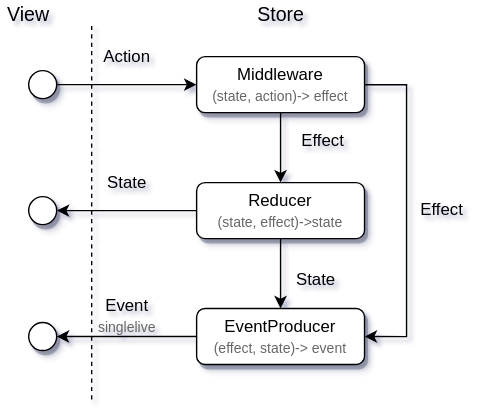
Above: doc/gemini_store_scheme.svg in Hukumister/Gemini (draw.io), before the change. Source tidied: cells renumbered, new cells last; positions are measured from the earlier drawing's top-left corner, leaving out a move shared by most shapes. The source it was exported from:
```xml
<mxGraphModel background="#ffffff">
  <root>
    <mxCell id="0" />
    <mxCell id="1" parent="0" />
    <mxCell id="2" style="edgeStyle=orthogonalEdgeStyle;rounded=0;jettySize=auto;html=1;entryX=0.5;entryY=0;entryDx=0;entryDy=0;" parent="1" edge="1" source="4" target="9">
      <mxGeometry relative="1" as="geometry" />
    </mxCell>
    <mxCell id="3" style="edgeStyle=orthogonalEdgeStyle;rounded=0;jettySize=auto;html=1;entryX=1;entryY=0.5;entryDx=0;entryDy=0;" parent="1" edge="1" source="4" target="18">
      <mxGeometry relative="1" as="geometry">
        <Array as="points">
          <mxPoint x="290" y="60" />
          <mxPoint x="290" y="240" />
        </Array>
      </mxGeometry>
    </mxCell>
    <mxCell id="4" value="Middleware&lt;br&gt;&lt;span style=&quot;color: rgb(102 , 102 , 102) ; font-size: 10px ; text-align: left ; white-space: nowrap&quot;&gt;(state, action)-&amp;gt; effect&lt;/span&gt;" style="rounded=1;whiteSpace=wrap;html=1;shadow=1;" parent="1" vertex="1">
      <mxGeometry x="140" y="40" width="120" height="40" as="geometry" />
    </mxCell>
    <mxCell id="5" style="edgeStyle=orthogonalEdgeStyle;rounded=0;jettySize=auto;html=1;entryX=0;entryY=0.5;entryDx=0;entryDy=0;" parent="1" edge="1" source="6" target="4">
      <mxGeometry relative="1" as="geometry" />
    </mxCell>
    <mxCell id="6" style="ellipse;whiteSpace=wrap;html=1;shadow=1;spacing=2;" parent="1" vertex="1">
      <mxGeometry x="20" y="50" width="20" height="20" as="geometry" />
    </mxCell>
    <mxCell id="7" style="edgeStyle=orthogonalEdgeStyle;rounded=0;jettySize=auto;html=1;entryX=1;entryY=0.5;entryDx=0;entryDy=0;" parent="1" edge="1" source="9" target="12">
      <mxGeometry relative="1" as="geometry" />
    </mxCell>
    <mxCell id="8" style="edgeStyle=orthogonalEdgeStyle;rounded=0;jettySize=auto;html=1;entryX=0.5;entryY=0;entryDx=0;entryDy=0;" parent="1" edge="1" source="9" target="18">
      <mxGeometry relative="1" as="geometry" />
    </mxCell>
    <mxCell id="9" value="Reducer&lt;br&gt;&lt;span style=&quot;color: rgb(102 , 102 , 102) ; font-size: 10px ; text-align: left ; white-space: nowrap&quot;&gt;(state, effect)-&amp;gt;state&lt;/span&gt;" style="rounded=1;whiteSpace=wrap;html=1;shadow=1;" parent="1" vertex="1">
      <mxGeometry x="140" y="130" width="120" height="40" as="geometry" />
    </mxCell>
    <mxCell id="10" value="Action" style="text;html=1;align=center;verticalAlign=middle;shadow=0;comic=0;" parent="1" vertex="1">
      <mxGeometry x="65" y="30" width="50" height="20" as="geometry" />
    </mxCell>
    <mxCell id="11" value="Effect" style="text;html=1;align=center;verticalAlign=middle;" parent="1" vertex="1">
      <mxGeometry x="205" y="90" width="50" height="20" as="geometry" />
    </mxCell>
    <mxCell id="12" style="ellipse;whiteSpace=wrap;html=1;shadow=1;" parent="1" vertex="1">
      <mxGeometry x="20" y="140" width="20" height="20" as="geometry" />
    </mxCell>
    <mxCell id="13" value="State" style="text;html=1;align=center;verticalAlign=middle;" parent="1" vertex="1">
      <mxGeometry x="70" y="120" width="40" height="20" as="geometry" />
    </mxCell>
    <mxCell id="14" style="endArrow=none;dashed=1;html=1;" parent="1" edge="1">
      <mxGeometry relative="1" as="geometry">
        <mxPoint x="65" y="285" as="sourcePoint" />
        <mxPoint x="65" y="15" as="targetPoint" />
      </mxGeometry>
    </mxCell>
    <mxCell id="15" value="&lt;font style=&quot;font-size: 14px&quot;&gt;View&lt;/font&gt;" style="text;html=1;strokeColor=none;fillColor=none;align=center;verticalAlign=middle;whiteSpace=wrap;rounded=0;" parent="1" vertex="1">
      <mxGeometry width="40" height="20" as="geometry" />
    </mxCell>
    <mxCell id="16" value="&lt;font style=&quot;font-size: 14px&quot;&gt;Store&lt;/font&gt;" style="text;html=1;align=center;verticalAlign=middle;" parent="1" vertex="1">
      <mxGeometry x="175" width="50" height="20" as="geometry" />
    </mxCell>
    <mxCell id="17" style="edgeStyle=orthogonalEdgeStyle;rounded=0;jettySize=auto;html=1;entryX=1;entryY=0.5;entryDx=0;entryDy=0;" parent="1" edge="1" source="18" target="21">
      <mxGeometry relative="1" as="geometry" />
    </mxCell>
    <mxCell id="18" value="EventProducer&lt;br&gt;&lt;span style=&quot;color: rgb(102 , 102 , 102) ; font-size: 10px ; text-align: left ; white-space: nowrap&quot;&gt;(effect, state)-&amp;gt; event&lt;/span&gt;" style="rounded=1;whiteSpace=wrap;html=1;shadow=1;" parent="1" vertex="1">
      <mxGeometry x="140" y="220" width="120" height="40" as="geometry" />
    </mxCell>
    <mxCell id="19" value="State" style="text;html=1;align=center;verticalAlign=middle;" parent="1" vertex="1">
      <mxGeometry x="205" y="190" width="40" height="20" as="geometry" />
    </mxCell>
    <mxCell id="20" value="Effect" style="text;html=1;align=center;verticalAlign=middle;" parent="1" vertex="1">
      <mxGeometry x="290" y="140" width="50" height="20" as="geometry" />
    </mxCell>
    <mxCell id="21" style="ellipse;whiteSpace=wrap;html=1;shadow=1;" parent="1" vertex="1">
      <mxGeometry x="20" y="230" width="20" height="20" as="geometry" />
    </mxCell>
    <mxCell id="22" value="Event&lt;br style=&quot;font-size: 10px&quot;&gt;&lt;font color=&quot;#666666&quot; style=&quot;font-size: 10px&quot;&gt;singlelive&lt;/font&gt;" style="text;html=1;align=center;verticalAlign=middle;" parent="1" vertex="1">
      <mxGeometry x="60" y="210" width="60" height="30" as="geometry" />
    </mxCell>
  </root>
</mxGraphModel>
```
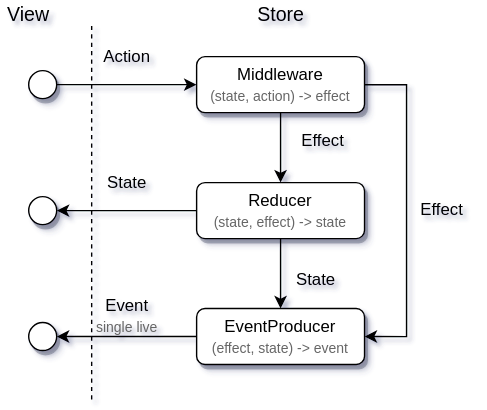
After the commit.

What changed in the source:
```diff
@@ -2,35 +2,35 @@
   <root>
     <mxCell id="0" />
     <mxCell id="1" parent="0" />
-    <mxCell id="2" style="edgeStyle=orthogonalEdgeStyle;rounded=0;jettySize=auto;html=1;entryX=0.5;entryY=0;entryDx=0;entryDy=0;" parent="1" edge="1" source="4" target="9">
-      <mxGeometry relative="1" as="geometry" />
-    </mxCell>
-    <mxCell id="3" style="edgeStyle=orthogonalEdgeStyle;rounded=0;jettySize=auto;html=1;entryX=1;entryY=0.5;entryDx=0;entryDy=0;" parent="1" edge="1" source="4" target="18">
-      <mxGeometry relative="1" as="geometry">
-        <Array as="points">
-          <mxPoint x="290" y="60" />
-          <mxPoint x="290" y="240" />
-        </Array>
-      </mxGeometry>
-    </mxCell>
-    <mxCell id="4" value="Middleware&lt;br&gt;&lt;span style=&quot;color: rgb(102 , 102 , 102) ; font-size: 10px ; text-align: left ; white-space: nowrap&quot;&gt;(state, action)-&amp;gt; effect&lt;/span&gt;" style="rounded=1;whiteSpace=wrap;html=1;shadow=1;" parent="1" vertex="1">
-      <mxGeometry x="140" y="40" width="120" height="40" as="geometry" />
-    </mxCell>
-    <mxCell id="5" style="edgeStyle=orthogonalEdgeStyle;rounded=0;jettySize=auto;html=1;entryX=0;entryY=0.5;entryDx=0;entryDy=0;" parent="1" edge="1" source="6" target="4">
-      <mxGeometry relative="1" as="geometry" />
-    </mxCell>
+    <mxCell id="23" style="edgeStyle=orthogonalEdgeStyle;rounded=0;jettySize=auto;html=1;entryX=0.5;entryY=0;entryDx=0;entryDy=0;" parent="1" edge="1" source="25" target="29">
+      <mxGeometry relative="1" as="geometry" />
+    </mxCell>
+    <mxCell id="24" style="edgeStyle=orthogonalEdgeStyle;rounded=0;jettySize=auto;html=1;entryX=1;entryY=0.5;entryDx=0;entryDy=0;" parent="1" edge="1" source="25" target="32">
+      <mxGeometry relative="1" as="geometry">
+        <Array as="points">
+          <mxPoint x="290" y="60" />
+          <mxPoint x="290" y="240" />
+        </Array>
+      </mxGeometry>
+    </mxCell>
+    <mxCell id="25" value="Middleware&lt;br&gt;&lt;span style=&quot;color: rgb(102 , 102 , 102) ; font-size: 10px ; text-align: left ; white-space: nowrap&quot;&gt;(state, action) -&amp;gt; effect&lt;/span&gt;" style="rounded=1;whiteSpace=wrap;html=1;shadow=1;" parent="1" vertex="1">
+      <mxGeometry x="140" y="40" width="120" height="40" as="geometry" />
+    </mxCell>
+    <mxCell id="26" style="edgeStyle=orthogonalEdgeStyle;rounded=0;jettySize=auto;html=1;entryX=0;entryY=0.5;entryDx=0;entryDy=0;" parent="1" edge="1" source="6" target="25">
+      <mxGeometry relative="1" as="geometry" />
+    </mxCell>
     <mxCell id="6" style="ellipse;whiteSpace=wrap;html=1;shadow=1;spacing=2;" parent="1" vertex="1">
       <mxGeometry x="20" y="50" width="20" height="20" as="geometry" />
     </mxCell>
-    <mxCell id="7" style="edgeStyle=orthogonalEdgeStyle;rounded=0;jettySize=auto;html=1;entryX=1;entryY=0.5;entryDx=0;entryDy=0;" parent="1" edge="1" source="9" target="12">
-      <mxGeometry relative="1" as="geometry" />
-    </mxCell>
-    <mxCell id="8" style="edgeStyle=orthogonalEdgeStyle;rounded=0;jettySize=auto;html=1;entryX=0.5;entryY=0;entryDx=0;entryDy=0;" parent="1" edge="1" source="9" target="18">
-      <mxGeometry relative="1" as="geometry" />
-    </mxCell>
-    <mxCell id="9" value="Reducer&lt;br&gt;&lt;span style=&quot;color: rgb(102 , 102 , 102) ; font-size: 10px ; text-align: left ; white-space: nowrap&quot;&gt;(state, effect)-&amp;gt;state&lt;/span&gt;" style="rounded=1;whiteSpace=wrap;html=1;shadow=1;" parent="1" vertex="1">
-      <mxGeometry x="140" y="130" width="120" height="40" as="geometry" />
-    </mxCell>
+    <mxCell id="27" style="edgeStyle=orthogonalEdgeStyle;rounded=0;jettySize=auto;html=1;entryX=1;entryY=0.5;entryDx=0;entryDy=0;" parent="1" edge="1" source="29" target="12">
+      <mxGeometry relative="1" as="geometry" />
+    </mxCell>
+    <mxCell id="28" style="edgeStyle=orthogonalEdgeStyle;rounded=0;jettySize=auto;html=1;entryX=0.5;entryY=0;entryDx=0;entryDy=0;" parent="1" edge="1" source="29" target="32">
+      <mxGeometry relative="1" as="geometry" />
+    </mxCell>
+    <mxCell id="29" value="Reducer&lt;br&gt;&lt;span style=&quot;color: rgb(102 , 102 , 102) ; font-size: 10px ; text-align: left ; white-space: nowrap&quot;&gt;(state, effect) -&amp;gt; state&lt;/span&gt;" style="rounded=1;whiteSpace=wrap;html=1;shadow=1;" parent="1" vertex="1">
+      <mxGeometry x="140" y="130" width="120" height="40" as="geometry" />
+    </mxCell>
     <mxCell id="10" value="Action" style="text;html=1;align=center;verticalAlign=middle;shadow=0;comic=0;" parent="1" vertex="1">
       <mxGeometry x="65" y="30" width="50" height="20" as="geometry" />
     </mxCell>
@@ -43,24 +43,24 @@
     <mxCell id="13" value="State" style="text;html=1;align=center;verticalAlign=middle;" parent="1" vertex="1">
       <mxGeometry x="70" y="120" width="40" height="20" as="geometry" />
     </mxCell>
-    <mxCell id="14" style="endArrow=none;dashed=1;html=1;" parent="1" edge="1">
-      <mxGeometry relative="1" as="geometry">
-        <mxPoint x="65" y="285" as="sourcePoint" />
-        <mxPoint x="65" y="15" as="targetPoint" />
-      </mxGeometry>
-    </mxCell>
+    <mxCell id="30" style="endArrow=none;dashed=1;html=1;" parent="1" edge="1">
+      <mxGeometry relative="1" as="geometry">
+        <mxPoint x="65" y="285" as="sourcePoint" />
+        <mxPoint x="65" y="15" as="targetPoint" />
+      </mxGeometry>
+    </mxCell>
     <mxCell id="15" value="&lt;font style=&quot;font-size: 14px&quot;&gt;View&lt;/font&gt;" style="text;html=1;strokeColor=none;fillColor=none;align=center;verticalAlign=middle;whiteSpace=wrap;rounded=0;" parent="1" vertex="1">
       <mxGeometry width="40" height="20" as="geometry" />
     </mxCell>
     <mxCell id="16" value="&lt;font style=&quot;font-size: 14px&quot;&gt;Store&lt;/font&gt;" style="text;html=1;align=center;verticalAlign=middle;" parent="1" vertex="1">
       <mxGeometry x="175" width="50" height="20" as="geometry" />
     </mxCell>
-    <mxCell id="17" style="edgeStyle=orthogonalEdgeStyle;rounded=0;jettySize=auto;html=1;entryX=1;entryY=0.5;entryDx=0;entryDy=0;" parent="1" edge="1" source="18" target="21">
-      <mxGeometry relative="1" as="geometry" />
-    </mxCell>
-    <mxCell id="18" value="EventProducer&lt;br&gt;&lt;span style=&quot;color: rgb(102 , 102 , 102) ; font-size: 10px ; text-align: left ; white-space: nowrap&quot;&gt;(effect, state)-&amp;gt; event&lt;/span&gt;" style="rounded=1;whiteSpace=wrap;html=1;shadow=1;" parent="1" vertex="1">
-      <mxGeometry x="140" y="220" width="120" height="40" as="geometry" />
-    </mxCell>
+    <mxCell id="31" style="edgeStyle=orthogonalEdgeStyle;rounded=0;jettySize=auto;html=1;entryX=1;entryY=0.5;entryDx=0;entryDy=0;" parent="1" edge="1" source="32" target="21">
+      <mxGeometry relative="1" as="geometry" />
+    </mxCell>
+    <mxCell id="32" value="EventProducer&lt;br&gt;&lt;span style=&quot;color: rgb(102 , 102 , 102) ; font-size: 10px ; text-align: left ; white-space: nowrap&quot;&gt;(effect, state) -&amp;gt; event&lt;/span&gt;" style="rounded=1;whiteSpace=wrap;html=1;shadow=1;" parent="1" vertex="1">
+      <mxGeometry x="140" y="220" width="120" height="40" as="geometry" />
+    </mxCell>
     <mxCell id="19" value="State" style="text;html=1;align=center;verticalAlign=middle;" parent="1" vertex="1">
       <mxGeometry x="205" y="190" width="40" height="20" as="geometry" />
     </mxCell>
@@ -70,8 +70,8 @@
     <mxCell id="21" style="ellipse;whiteSpace=wrap;html=1;shadow=1;" parent="1" vertex="1">
       <mxGeometry x="20" y="230" width="20" height="20" as="geometry" />
     </mxCell>
-    <mxCell id="22" value="Event&lt;br style=&quot;font-size: 10px&quot;&gt;&lt;font color=&quot;#666666&quot; style=&quot;font-size: 10px&quot;&gt;singlelive&lt;/font&gt;" style="text;html=1;align=center;verticalAlign=middle;" parent="1" vertex="1">
-      <mxGeometry x="60" y="210" width="60" height="30" as="geometry" />
-    </mxCell>
+    <mxCell id="33" value="Event&lt;br style=&quot;font-size: 10px&quot;&gt;&lt;font color=&quot;#666666&quot; style=&quot;font-size: 10px&quot;&gt;single live&lt;/font&gt;" style="text;html=1;align=center;verticalAlign=middle;" parent="1" vertex="1">
+      <mxGeometry x="60" y="210" width="60" height="30" as="geometry" />
+    </mxCell>
   </root>
 </mxGraphModel>
```
